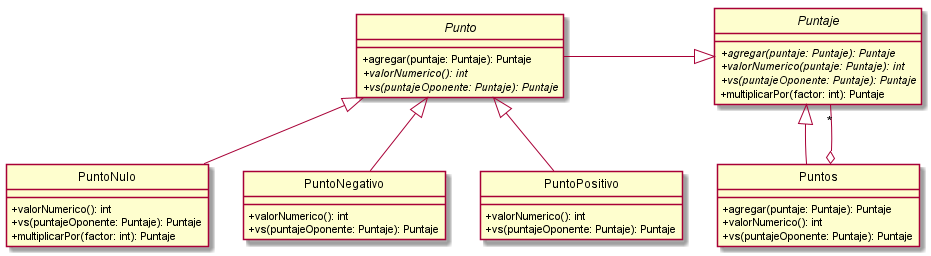
Above: src/main/java/edu/fiuba/algo3/Diagramas/png/DC/Puntaje.png in Alex1161/TP2 (PlantUML), before the change.
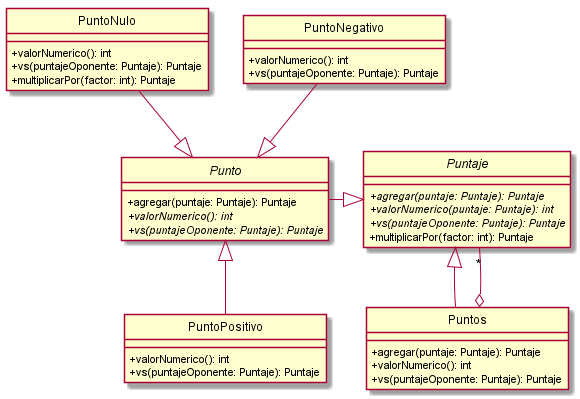
After the change.

The edit, as a diff of the source:
```diff
@@ -37,8 +37,8 @@
     +vs(puntajeOponente: Puntaje): Puntaje
 }
 
-PuntoNegativo -up-|> Punto
-PuntoNulo -up-|> Punto
+PuntoNegativo -down-|> Punto
+PuntoNulo -down-|> Punto
 PuntoPositivo -up-|> Punto
 Puntos -up-|> Puntaje
 Puntos o-up- "*" Puntaje
```
